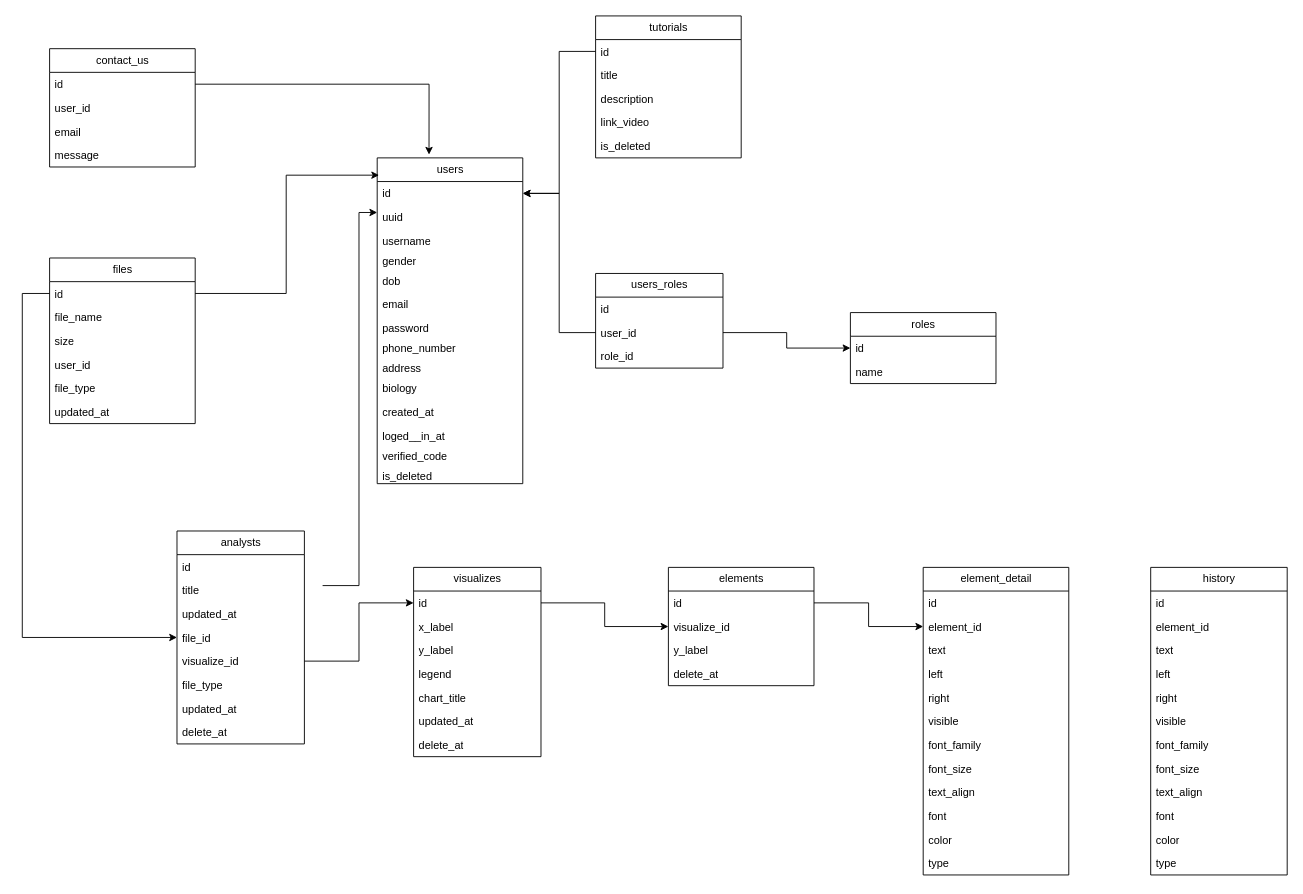
Earlier version of the draw.io diagram Untitled Diagram.drawio (chento007/java-basic-stock). Source tidied: cells renumbered, new cells numbered last; positions are measured from the earlier drawing's top-left corner, leaving out a move shared by most shapes. Both pictures are drawn from the tidied source at 91%, with x=0, y=0 at pixel (22, 15).
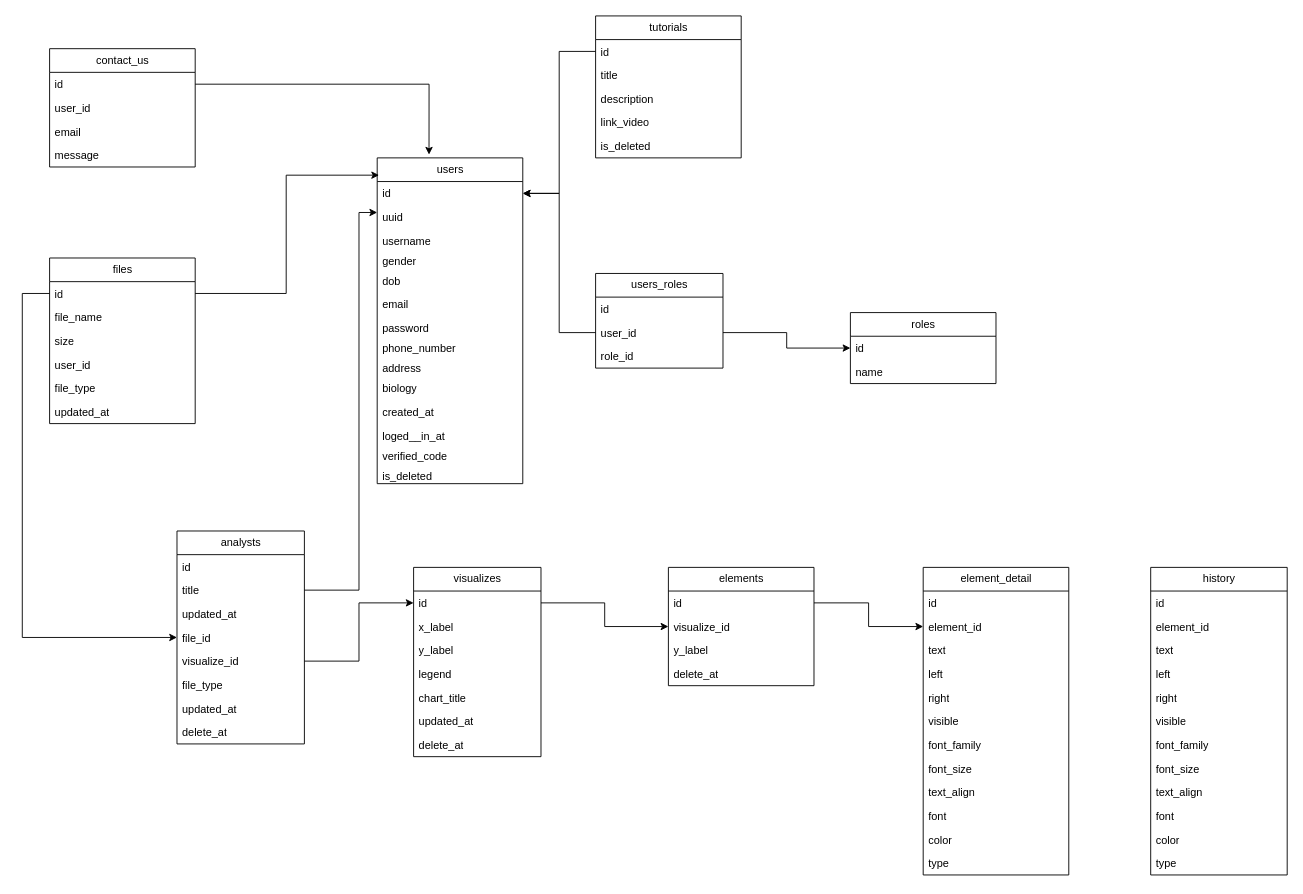
After the change.

The change refers to these unchanged cells:
```xml
<mxCell id="47" value="title" style="text;strokeColor=none;fillColor=none;align=left;verticalAlign=top;spacingLeft=4;spacingRight=4;overflow=hidden;points=[[0,0.5],[1,0.5]];portConstraint=eastwest;whiteSpace=wrap;html=1;" parent="45" vertex="1">
  <mxGeometry y="52" width="140" height="26" as="geometry" />
</mxCell>
```

What changed in the source:
```diff
@@
-    <mxCell id="54" style="edgeStyle=orthogonalEdgeStyle;rounded=0;orthogonalLoop=1;jettySize=auto;html=1;" parent="1" edge="1">
+    <mxCell id="54" style="edgeStyle=orthogonalEdgeStyle;rounded=0;jettySize=auto;html=1;exitX=1;exitY=0.5;exitDx=0;exitDy=0;" parent="1" edge="1" source="47">
       <mxGeometry relative="1" as="geometry">
-        <mxPoint x="330" y="626" as="sourcePoint" />
         <mxPoint x="390" y="216" as="targetPoint" />
         <Array as="points">
+          <mxPoint x="370" y="631" />
           <mxPoint x="370" y="216" />
         </Array>
       </mxGeometry>
     </mxCell>
```
